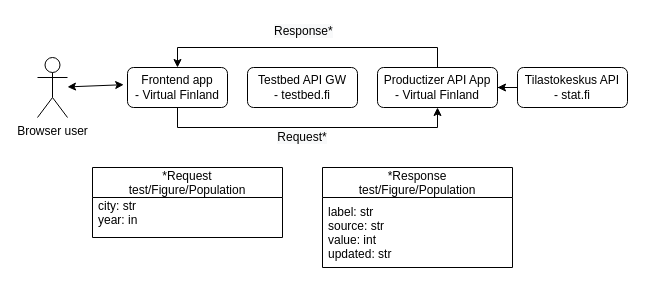
Earlier version of the draw.io diagram docs/test-productizer.drawio (Virtual-Finland-Development/test-productizer). Source tidied: cells renumbered, new cells numbered last; positions are measured from the earlier drawing's top-left corner, leaving out a move shared by most shapes. Both pictures are drawn from the tidied source at 100%, with x=0, y=0 at pixel (37, 17).
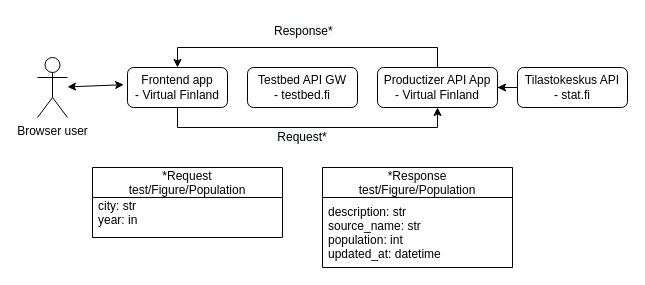
After the change.

The edit, as a diff of the source:
```diff
@@
 <mxGraphModel>
   <root>
     <mxCell id="0" />
     <mxCell id="1" parent="0" />
     <mxCell id="2" style="edgeStyle=orthogonalEdgeStyle;rounded=0;jettySize=auto;html=1;entryX=1;entryY=0.5;entryDx=0;entryDy=0;" parent="1" edge="1" source="3" target="5">
       <mxGeometry relative="1" as="geometry" />
     </mxCell>
     <mxCell id="3" value="Tilastokeskus API&lt;br&gt;- stat.fi" style="rounded=1;whiteSpace=wrap;html=1;" parent="1" vertex="1">
       <mxGeometry x="480" y="50" width="110" height="40" as="geometry" />
     </mxCell>
     <mxCell id="4" style="edgeStyle=orthogonalEdgeStyle;rounded=0;jettySize=auto;html=1;exitX=0.5;exitY=0;exitDx=0;exitDy=0;entryX=0.5;entryY=0;entryDx=0;entryDy=0;" parent="1" edge="1" source="5" target="8">
       <mxGeometry relative="1" as="geometry" />
     </mxCell>
     <mxCell id="5" value="Productizer API App&lt;br&gt;- Virtual Finland" style="rounded=1;whiteSpace=wrap;html=1;" parent="1" vertex="1">
       <mxGeometry x="340" y="50" width="120" height="40" as="geometry" />
     </mxCell>
     <mxCell id="6" value="Testbed API GW&lt;br&gt;- testbed.fi" style="rounded=1;whiteSpace=wrap;html=1;" parent="1" vertex="1">
       <mxGeometry x="210" y="50" width="110" height="40" as="geometry" />
     </mxCell>
     <mxCell id="7" style="edgeStyle=orthogonalEdgeStyle;rounded=0;jettySize=auto;html=1;entryX=0.5;entryY=1;entryDx=0;entryDy=0;" parent="1" edge="1" source="8" target="5">
       <mxGeometry relative="1" as="geometry">
         <Array as="points">
           <mxPoint x="140" y="110" />
           <mxPoint x="400" y="110" />
         </Array>
       </mxGeometry>
     </mxCell>
     <mxCell id="8" value="Frontend app&lt;br&gt;- Virtual Finland" style="rounded=1;whiteSpace=wrap;html=1;" parent="1" vertex="1">
       <mxGeometry x="90" y="50" width="100" height="40" as="geometry" />
     </mxCell>
     <mxCell id="9" value="Browser user" style="shape=umlActor;verticalLabelPosition=bottom;verticalAlign=top;html=1;outlineConnect=0;" parent="1" vertex="1">
       <mxGeometry y="40" width="30" height="60" as="geometry" />
     </mxCell>
     <mxCell id="10" style="endArrow=classic;startArrow=classic;html=1;rounded=0;entryX=-0.038;entryY=0.43;entryDx=0;entryDy=0;entryPerimeter=0;" parent="1" edge="1" source="9" target="8">
       <mxGeometry relative="1" as="geometry" />
     </mxCell>
     <mxCell id="11" value="&lt;span style=&quot;background-color: rgb(248, 249, 250);&quot;&gt;Request*&lt;/span&gt;" style="text;html=1;strokeColor=none;fillColor=none;align=center;verticalAlign=middle;whiteSpace=wrap;rounded=0;" parent="1" vertex="1">
       <mxGeometry x="180" y="110" width="170" height="20" as="geometry" />
     </mxCell>
     <mxCell id="12" value="&lt;span style=&quot;color: rgb(0, 0, 0); font-family: Helvetica; font-size: 12px; font-style: normal; font-variant-ligatures: normal; font-variant-caps: normal; font-weight: 400; letter-spacing: normal; orphans: 2; text-align: center; text-indent: 0px; text-transform: none; widows: 2; word-spacing: 0px; -webkit-text-stroke-width: 0px; background-color: rgb(248, 249, 250); text-decoration-thickness: initial; text-decoration-style: initial; text-decoration-color: initial; float: none; display: inline !important;&quot;&gt;Response*&lt;/span&gt;" style="text;whiteSpace=wrap;html=1;" parent="1" vertex="1">
       <mxGeometry x="235" width="60" height="20" as="geometry" />
     </mxCell>
     <mxCell id="13" value="*Response&#10;test/Figure/Population" style="swimlane;fontStyle=0;horizontal=1;startSize=30;" parent="1" vertex="1">
       <mxGeometry x="285" y="150" width="190" height="100" as="geometry" />
     </mxCell>
-    <mxCell id="14" value="label: str&#10;source: str&#10;value: int&#10;updated: str" style="text;strokeColor=none;fillColor=none;align=left;verticalAlign=middle;spacingLeft=4;spacingRight=4;overflow=hidden;" parent="13" vertex="1">
+    <mxCell id="14" value="description: str&#10;source_name: str&#10;population: int&#10;updated_at: datetime" style="text;strokeColor=none;fillColor=none;align=left;verticalAlign=middle;spacingLeft=4;spacingRight=4;overflow=hidden;" parent="13" vertex="1">
       <mxGeometry y="30" width="190" height="70" as="geometry" />
     </mxCell>
     <mxCell id="15" value="*Request&#10;test/Figure/Population" style="swimlane;fontStyle=0;horizontal=1;startSize=30;" parent="1" vertex="1">
       <mxGeometry x="55" y="150" width="190" height="70" as="geometry" />
     </mxCell>
     <mxCell id="16" value="city: str&#10;year: in&#10;" style="text;strokeColor=none;fillColor=none;align=left;verticalAlign=middle;spacingLeft=4;spacingRight=4;overflow=hidden;" parent="15" vertex="1">
       <mxGeometry y="30" width="190" height="40" as="geometry" />
     </mxCell>
   </root>
 </mxGraphModel>
```
